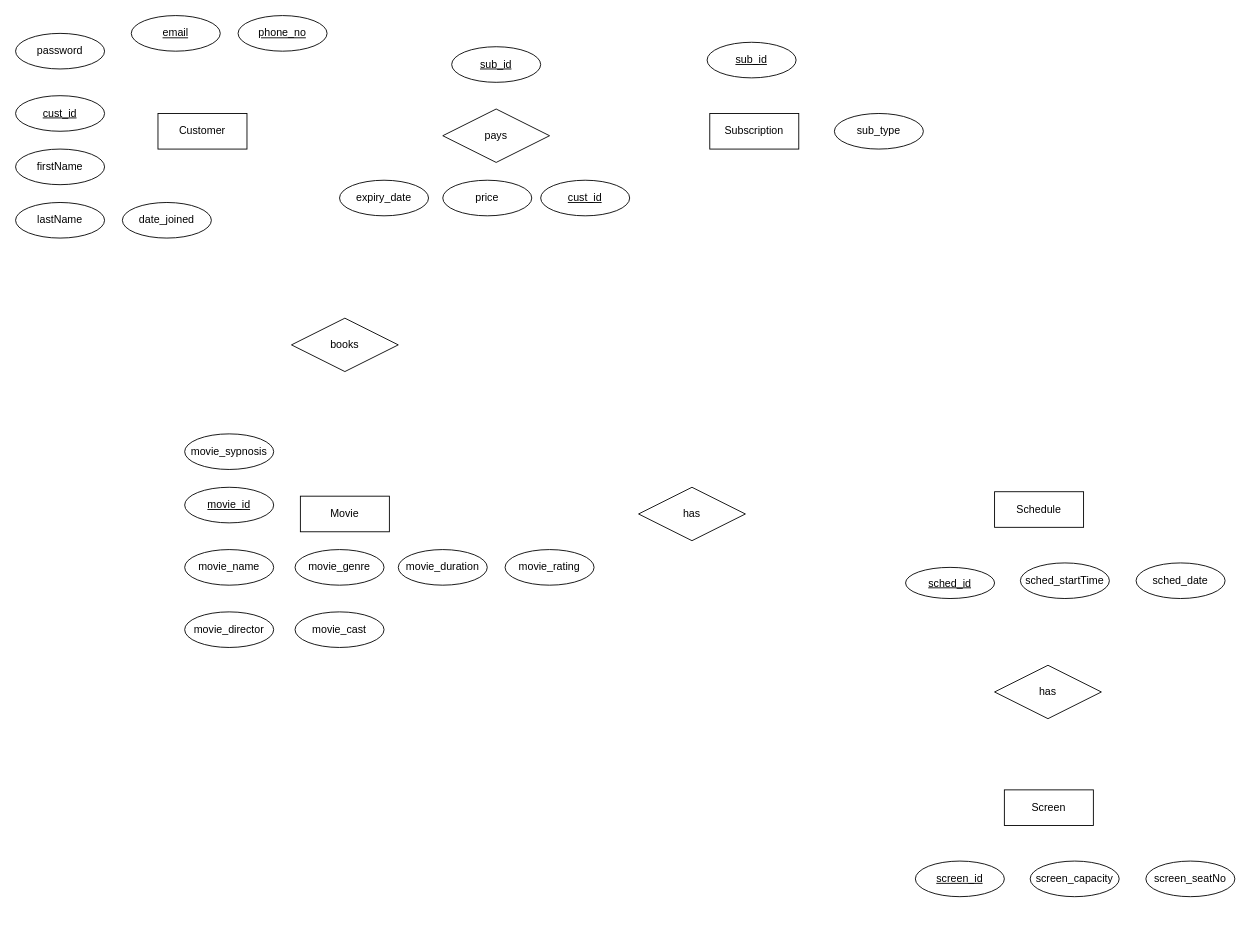
Above: cinema.drawio in izenreal/Movie-Equipment-Rental-System (draw.io), before the change. Source tidied: cells renumbered, new cells numbered last; positions are measured from the earlier drawing's top-left corner, leaving out a move shared by most shapes. Both pictures are drawn from the tidied source at 89%, with x=0, y=0 at pixel (15, 15).
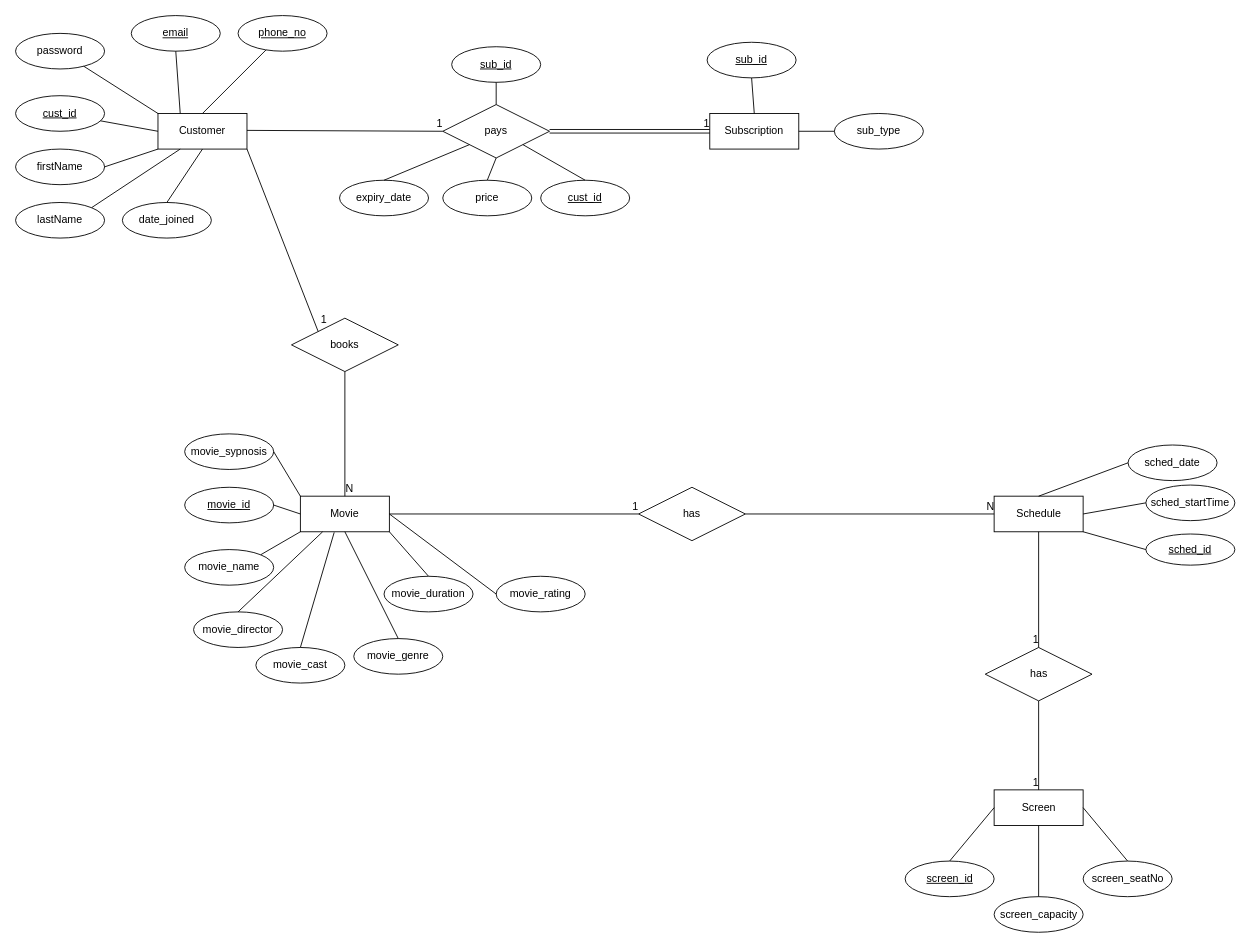
The same page after the edit.

Unchanged cells that the change refers to:
```xml
<mxCell id="2" value="Customer" style="whiteSpace=wrap;html=1;align=center;" parent="1" vertex="1">
  <mxGeometry x="160" y="110" width="100" height="40" as="geometry" />
</mxCell>
<mxCell id="3" value="firstName" style="ellipse;whiteSpace=wrap;html=1;align=center;" parent="1" vertex="1">
  <mxGeometry y="150" width="100" height="40" as="geometry" />
</mxCell>
<mxCell id="4" value="lastName" style="ellipse;whiteSpace=wrap;html=1;align=center;" parent="1" vertex="1">
  <mxGeometry y="210" width="100" height="40" as="geometry" />
</mxCell>
<mxCell id="5" value="cust_id" style="ellipse;whiteSpace=wrap;html=1;align=center;fontStyle=4;" parent="1" vertex="1">
  <mxGeometry y="90" width="100" height="40" as="geometry" />
</mxCell>
<mxCell id="6" value="email" style="ellipse;whiteSpace=wrap;html=1;align=center;fontStyle=4;" parent="1" vertex="1">
  <mxGeometry x="130" width="100" height="40" as="geometry" />
</mxCell>
<mxCell id="7" value="password" style="ellipse;whiteSpace=wrap;html=1;align=center;" parent="1" vertex="1">
  <mxGeometry y="20" width="100" height="40" as="geometry" />
</mxCell>
<mxCell id="8" value="phone_no" style="ellipse;whiteSpace=wrap;html=1;align=center;fontStyle=4;" parent="1" vertex="1">
  <mxGeometry x="250" width="100" height="40" as="geometry" />
</mxCell>
<mxCell id="10" value="cust_id" style="ellipse;whiteSpace=wrap;html=1;align=center;fontStyle=4;" parent="1" vertex="1">
  <mxGeometry x="590" y="185" width="100" height="40" as="geometry" />
</mxCell>
<mxCell id="11" value="price" style="ellipse;whiteSpace=wrap;html=1;align=center;" parent="1" vertex="1">
  <mxGeometry x="480" y="185" width="100" height="40" as="geometry" />
</mxCell>
<mxCell id="12" value="sub_id" style="ellipse;whiteSpace=wrap;html=1;align=center;fontStyle=4;" parent="1" vertex="1">
  <mxGeometry x="490" y="35" width="100" height="40" as="geometry" />
</mxCell>
<mxCell id="13" value="Subscription" style="whiteSpace=wrap;html=1;align=center;" parent="1" vertex="1">
  <mxGeometry x="780" y="110" width="100" height="40" as="geometry" />
</mxCell>
<mxCell id="14" value="date_joined" style="ellipse;whiteSpace=wrap;html=1;align=center;" parent="1" vertex="1">
  <mxGeometry x="120" y="210" width="100" height="40" as="geometry" />
</mxCell>
<mxCell id="15" value="sub_id" style="ellipse;whiteSpace=wrap;html=1;align=center;fontStyle=4;" parent="1" vertex="1">
  <mxGeometry x="777" y="30" width="100" height="40" as="geometry" />
</mxCell>
<mxCell id="16" value="sub_type" style="ellipse;whiteSpace=wrap;html=1;align=center;" parent="1" vertex="1">
  <mxGeometry x="920" y="110" width="100" height="40" as="geometry" />
</mxCell>
<mxCell id="17" value="expiry_date" style="ellipse;whiteSpace=wrap;html=1;align=center;" parent="1" vertex="1">
  <mxGeometry x="364" y="185" width="100" height="40" as="geometry" />
</mxCell>
<mxCell id="18" value="books" style="shape=rhombus;perimeter=rhombusPerimeter;whiteSpace=wrap;html=1;align=center;" parent="1" vertex="1">
  <mxGeometry x="310" y="340" width="120" height="60" as="geometry" />
</mxCell>
<mxCell id="19" value="Movie" style="whiteSpace=wrap;html=1;align=center;" parent="1" vertex="1">
  <mxGeometry x="320" y="540" width="100" height="40" as="geometry" />
</mxCell>
<mxCell id="20" value="has" style="shape=rhombus;perimeter=rhombusPerimeter;whiteSpace=wrap;html=1;align=center;" parent="1" vertex="1">
  <mxGeometry x="700" y="530" width="120" height="60" as="geometry" />
</mxCell>
<mxCell id="21" value="movie_id" style="ellipse;whiteSpace=wrap;html=1;align=center;fontStyle=4;" parent="1" vertex="1">
  <mxGeometry x="190" y="530" width="100" height="40" as="geometry" />
</mxCell>
<mxCell id="22" value="movie_name" style="ellipse;whiteSpace=wrap;html=1;align=center;" parent="1" vertex="1">
  <mxGeometry x="190" y="600" width="100" height="40" as="geometry" />
</mxCell>
<mxCell id="24" value="movie_sypnosis" style="ellipse;whiteSpace=wrap;html=1;align=center;" parent="1" vertex="1">
  <mxGeometry x="190" y="470" width="100" height="40" as="geometry" />
</mxCell>
```

Change to the diagram source:
```diff
@@
     <mxCell id="9" value="pays" style="shape=rhombus;perimeter=rhombusPerimeter;whiteSpace=wrap;html=1;align=center;" parent="1" vertex="1">
-      <mxGeometry x="480" y="105" width="120" height="60" as="geometry" />
+      <mxGeometry x="480" y="100" width="120" height="60" as="geometry" />
     </mxCell>
@@
     <mxCell id="23" value="movie_genre" style="ellipse;whiteSpace=wrap;html=1;align=center;" parent="1" vertex="1">
-      <mxGeometry x="314" y="600" width="100" height="40" as="geometry" />
+      <mxGeometry x="380" y="700" width="100" height="40" as="geometry" />
     </mxCell>
@@
     <mxCell id="25" value="movie_duration" style="ellipse;whiteSpace=wrap;html=1;align=center;" parent="1" vertex="1">
-      <mxGeometry x="430" y="600" width="100" height="40" as="geometry" />
+      <mxGeometry x="414" y="630" width="100" height="40" as="geometry" />
     </mxCell>
     <mxCell id="26" value="movie_rating" style="ellipse;whiteSpace=wrap;html=1;align=center;" parent="1" vertex="1">
-      <mxGeometry x="550" y="600" width="100" height="40" as="geometry" />
+      <mxGeometry x="540" y="630" width="100" height="40" as="geometry" />
     </mxCell>
     <mxCell id="27" value="Screen" style="whiteSpace=wrap;html=1;align=center;" parent="1" vertex="1">
-      <mxGeometry x="1111" y="870" width="100" height="40" as="geometry" />
+      <mxGeometry x="1099.5" y="870" width="100" height="40" as="geometry" />
     </mxCell>
     <mxCell id="28" value="screen_id" style="ellipse;whiteSpace=wrap;html=1;align=center;fontStyle=4;" parent="1" vertex="1">
-      <mxGeometry x="1011" y="950" width="100" height="40" as="geometry" />
+      <mxGeometry x="999.5" y="950" width="100" height="40" as="geometry" />
     </mxCell>
     <mxCell id="29" value="screen_capacity" style="ellipse;whiteSpace=wrap;html=1;align=center;" parent="1" vertex="1">
-      <mxGeometry x="1140" y="950" width="100" height="40" as="geometry" />
+      <mxGeometry x="1099.5" y="990" width="100" height="40" as="geometry" />
     </mxCell>
     <mxCell id="30" value="screen_seatNo" style="ellipse;whiteSpace=wrap;html=1;align=center;" parent="1" vertex="1">
-      <mxGeometry x="1270" y="950" width="100" height="40" as="geometry" />
+      <mxGeometry x="1199.5" y="950" width="100" height="40" as="geometry" />
     </mxCell>
     <mxCell id="31" value="movie_director" style="ellipse;whiteSpace=wrap;html=1;align=center;" parent="1" vertex="1">
-      <mxGeometry x="190" y="670" width="100" height="40" as="geometry" />
+      <mxGeometry x="200" y="670" width="100" height="40" as="geometry" />
     </mxCell>
     <mxCell id="32" value="movie_cast" style="ellipse;whiteSpace=wrap;html=1;align=center;" parent="1" vertex="1">
-      <mxGeometry x="314" y="670" width="100" height="40" as="geometry" />
+      <mxGeometry x="270" y="710" width="100" height="40" as="geometry" />
     </mxCell>
     <mxCell id="33" value="Schedule" style="whiteSpace=wrap;html=1;align=center;" parent="1" vertex="1">
-      <mxGeometry x="1100" y="535" width="100" height="40" as="geometry" />
+      <mxGeometry x="1099.5" y="540" width="100" height="40" as="geometry" />
     </mxCell>
     <mxCell id="34" value="sched_id" style="ellipse;whiteSpace=wrap;html=1;align=center;fontStyle=4;" parent="1" vertex="1">
-      <mxGeometry x="1000" y="620" width="100" height="35" as="geometry" />
+      <mxGeometry x="1270" y="582.5" width="100" height="35" as="geometry" />
     </mxCell>
     <mxCell id="35" value="sched_startTime" style="ellipse;whiteSpace=wrap;html=1;align=center;" parent="1" vertex="1">
-      <mxGeometry x="1129" y="615" width="100" height="40" as="geometry" />
+      <mxGeometry x="1270" y="527.5" width="100" height="40" as="geometry" />
     </mxCell>
     <mxCell id="36" value="sched_date" style="ellipse;whiteSpace=wrap;html=1;align=center;" parent="1" vertex="1">
-      <mxGeometry x="1259" y="615" width="100" height="40" as="geometry" />
+      <mxGeometry x="1250" y="482.5" width="100" height="40" as="geometry" />
     </mxCell>
     <mxCell id="37" value="has" style="shape=rhombus;perimeter=rhombusPerimeter;whiteSpace=wrap;html=1;align=center;" parent="1" vertex="1">
-      <mxGeometry x="1100" y="730" width="120" height="60" as="geometry" />
+      <mxGeometry x="1089.5" y="710" width="120" height="60" as="geometry" />
     </mxCell>
+    <mxCell id="38" style="endArrow=none;html=1;rounded=0;exitX=0.5;exitY=0;exitDx=0;exitDy=0;entryX=0.5;entryY=1;entryDx=0;entryDy=0;" parent="1" edge="1" source="14" target="2">
+      <mxGeometry relative="1" as="geometry" />
+    </mxCell>
+    <mxCell id="39" style="endArrow=none;html=1;rounded=0;exitX=1;exitY=0;exitDx=0;exitDy=0;entryX=0.25;entryY=1;entryDx=0;entryDy=0;" parent="1" edge="1" source="4" target="2">
+      <mxGeometry relative="1" as="geometry" />
+    </mxCell>
+    <mxCell id="40" style="endArrow=none;html=1;rounded=0;exitX=1;exitY=0.5;exitDx=0;exitDy=0;entryX=0;entryY=1;entryDx=0;entryDy=0;" parent="1" edge="1" source="3" target="2">
+      <mxGeometry relative="1" as="geometry" />
+    </mxCell>
+    <mxCell id="41" style="endArrow=none;html=1;rounded=0;entryX=0;entryY=0.5;entryDx=0;entryDy=0;" parent="1" edge="1" source="5" target="2">
+      <mxGeometry relative="1" as="geometry" />
+    </mxCell>
+    <mxCell id="42" style="endArrow=none;html=1;rounded=0;entryX=0;entryY=0;entryDx=0;entryDy=0;" parent="1" edge="1" source="7" target="2">
+      <mxGeometry relative="1" as="geometry" />
+    </mxCell>
+    <mxCell id="43" style="endArrow=none;html=1;rounded=0;entryX=0.5;entryY=1;entryDx=0;entryDy=0;exitX=0.25;exitY=0;exitDx=0;exitDy=0;" parent="1" edge="1" source="2" target="6">
+      <mxGeometry relative="1" as="geometry" />
+    </mxCell>
+    <mxCell id="44" style="endArrow=none;html=1;rounded=0;exitX=0.5;exitY=0;exitDx=0;exitDy=0;" parent="1" edge="1" source="2" target="8">
+      <mxGeometry relative="1" as="geometry" />
+    </mxCell>
+    <mxCell id="45" style="shape=link;html=1;rounded=0;exitX=1;exitY=0.5;exitDx=0;exitDy=0;entryX=0;entryY=0.5;entryDx=0;entryDy=0;" parent="1" edge="1" source="9" target="13">
+      <mxGeometry relative="1" as="geometry" />
+    </mxCell>
+    <mxCell id="46" value="1" style="html=1;align=right;verticalAlign=bottom;" parent="45" vertex="1">
+      <mxGeometry x="1" relative="1" as="geometry" />
+    </mxCell>
+    <mxCell id="47" style="endArrow=none;html=1;rounded=0;entryX=0;entryY=0.5;entryDx=0;entryDy=0;" parent="1" edge="1" target="9">
+      <mxGeometry relative="1" as="geometry">
+        <mxPoint x="260" y="129" as="sourcePoint" />
+      </mxGeometry>
+    </mxCell>
+    <mxCell id="48" value="1" style="html=1;align=right;verticalAlign=bottom;" parent="47" vertex="1">
+      <mxGeometry x="1" relative="1" as="geometry" />
+    </mxCell>
+    <mxCell id="49" style="endArrow=none;html=1;rounded=0;exitX=0.5;exitY=0;exitDx=0;exitDy=0;entryX=0;entryY=1;entryDx=0;entryDy=0;" parent="1" edge="1" source="17" target="9">
+      <mxGeometry relative="1" as="geometry" />
+    </mxCell>
+    <mxCell id="50" style="endArrow=none;html=1;rounded=0;entryX=0.5;entryY=1;entryDx=0;entryDy=0;exitX=0.5;exitY=0;exitDx=0;exitDy=0;" parent="1" edge="1" source="11" target="9">
+      <mxGeometry relative="1" as="geometry" />
+    </mxCell>
+    <mxCell id="51" style="endArrow=none;html=1;rounded=0;entryX=1;entryY=1;entryDx=0;entryDy=0;exitX=0.5;exitY=0;exitDx=0;exitDy=0;" parent="1" edge="1" source="10" target="9">
+      <mxGeometry relative="1" as="geometry" />
+    </mxCell>
+    <mxCell id="52" style="endArrow=none;html=1;rounded=0;exitX=0.5;exitY=1;exitDx=0;exitDy=0;entryX=0.5;entryY=0;entryDx=0;entryDy=0;" parent="1" edge="1" source="12" target="9">
+      <mxGeometry relative="1" as="geometry" />
+    </mxCell>
+    <mxCell id="53" style="endArrow=none;html=1;rounded=0;exitX=0.5;exitY=1;exitDx=0;exitDy=0;entryX=0.5;entryY=0;entryDx=0;entryDy=0;" parent="1" edge="1" source="15" target="13">
+      <mxGeometry relative="1" as="geometry" />
+    </mxCell>
+    <mxCell id="54" style="endArrow=none;html=1;rounded=0;exitX=0;exitY=0.5;exitDx=0;exitDy=0;entryX=1;entryY=0.5;entryDx=0;entryDy=0;" parent="1" edge="1" source="16" target="13">
+      <mxGeometry relative="1" as="geometry" />
+    </mxCell>
+    <mxCell id="55" style="endArrow=none;html=1;rounded=0;exitX=1;exitY=1;exitDx=0;exitDy=0;entryX=0;entryY=0;entryDx=0;entryDy=0;" parent="1" edge="1" source="2" target="18">
+      <mxGeometry relative="1" as="geometry" />
+    </mxCell>
+    <mxCell id="56" value="1" style="html=1;align=right;verticalAlign=bottom;" parent="55" vertex="1">
+      <mxGeometry x="1" relative="1" as="geometry">
+        <mxPoint x="10" y="-5" as="offset" />
+      </mxGeometry>
+    </mxCell>
+    <mxCell id="57" style="endArrow=none;html=1;rounded=0;exitX=0.5;exitY=1;exitDx=0;exitDy=0;entryX=0.5;entryY=0;entryDx=0;entryDy=0;" parent="1" edge="1" source="18" target="19">
+      <mxGeometry relative="1" as="geometry" />
+    </mxCell>
+    <mxCell id="58" value="N" style="html=1;align=right;verticalAlign=bottom;" parent="57" vertex="1">
+      <mxGeometry x="1" relative="1" as="geometry">
+        <mxPoint x="10" as="offset" />
+      </mxGeometry>
+    </mxCell>
+    <mxCell id="59" style="endArrow=none;html=1;rounded=0;exitX=1;exitY=0.5;exitDx=0;exitDy=0;entryX=0;entryY=0;entryDx=0;entryDy=0;" parent="1" edge="1" source="24" target="19">
+      <mxGeometry relative="1" as="geometry" />
+    </mxCell>
+    <mxCell id="60" style="endArrow=none;html=1;rounded=0;exitX=1;exitY=0.5;exitDx=0;exitDy=0;entryX=0;entryY=0.5;entryDx=0;entryDy=0;" parent="1" edge="1" source="21" target="19">
+      <mxGeometry relative="1" as="geometry" />
+    </mxCell>
+    <mxCell id="61" style="endArrow=none;html=1;rounded=0;exitX=1;exitY=0;exitDx=0;exitDy=0;entryX=0;entryY=1;entryDx=0;entryDy=0;" parent="1" edge="1" source="22" target="19">
+      <mxGeometry relative="1" as="geometry" />
+    </mxCell>
+    <mxCell id="62" style="endArrow=none;html=1;rounded=0;exitX=0.5;exitY=0;exitDx=0;exitDy=0;entryX=0.5;entryY=1;entryDx=0;entryDy=0;" parent="1" edge="1" source="23" target="19">
+      <mxGeometry relative="1" as="geometry" />
+    </mxCell>
+    <mxCell id="63" style="endArrow=none;html=1;rounded=0;exitX=0.5;exitY=0;exitDx=0;exitDy=0;entryX=1;entryY=1;entryDx=0;entryDy=0;" parent="1" edge="1" source="25" target="19">
+      <mxGeometry relative="1" as="geometry" />
+    </mxCell>
+    <mxCell id="64" style="endArrow=none;html=1;rounded=0;exitX=1;exitY=0.5;exitDx=0;exitDy=0;entryX=0;entryY=0.5;entryDx=0;entryDy=0;" parent="1" edge="1" source="19" target="26">
+      <mxGeometry relative="1" as="geometry" />
+    </mxCell>
+    <mxCell id="65" style="endArrow=none;html=1;rounded=0;exitX=1;exitY=0.5;exitDx=0;exitDy=0;" parent="1" edge="1" source="19">
+      <mxGeometry relative="1" as="geometry">
+        <mxPoint x="700" y="560" as="targetPoint" />
+      </mxGeometry>
+    </mxCell>
+    <mxCell id="66" value="1" style="html=1;align=right;verticalAlign=bottom;" parent="65" vertex="1">
+      <mxGeometry x="1" relative="1" as="geometry" />
+    </mxCell>
+    <mxCell id="67" style="endArrow=none;html=1;rounded=0;entryX=0;entryY=0.5;entryDx=0;entryDy=0;exitX=1;exitY=0.5;exitDx=0;exitDy=0;" parent="1" edge="1" source="20" target="33">
+      <mxGeometry relative="1" as="geometry" />
+    </mxCell>
+    <mxCell id="68" value="N" style="html=1;align=right;verticalAlign=bottom;" parent="67" vertex="1">
+      <mxGeometry x="1" relative="1" as="geometry" />
+    </mxCell>
+    <mxCell id="69" style="endArrow=none;html=1;rounded=0;entryX=1;entryY=1;entryDx=0;entryDy=0;exitX=0;exitY=0.5;exitDx=0;exitDy=0;" parent="1" edge="1" source="34" target="33">
+      <mxGeometry relative="1" as="geometry" />
+    </mxCell>
+    <mxCell id="70" style="endArrow=none;html=1;rounded=0;entryX=1;entryY=0.5;entryDx=0;entryDy=0;exitX=0;exitY=0.5;exitDx=0;exitDy=0;" parent="1" edge="1" source="35" target="33">
+      <mxGeometry relative="1" as="geometry" />
+    </mxCell>
+    <mxCell id="71" style="endArrow=none;html=1;rounded=0;entryX=0.5;entryY=0;entryDx=0;entryDy=0;exitX=0;exitY=0.5;exitDx=0;exitDy=0;" parent="1" edge="1" source="36" target="33">
+      <mxGeometry relative="1" as="geometry" />
+    </mxCell>
+    <mxCell id="72" style="endArrow=none;html=1;rounded=0;entryX=0;entryY=0.5;entryDx=0;entryDy=0;exitX=0.5;exitY=0;exitDx=0;exitDy=0;" parent="1" edge="1" source="28" target="27">
+      <mxGeometry relative="1" as="geometry" />
+    </mxCell>
+    <mxCell id="73" style="endArrow=none;html=1;rounded=0;entryX=0.5;entryY=1;entryDx=0;entryDy=0;exitX=0.5;exitY=0;exitDx=0;exitDy=0;" parent="1" edge="1" source="29" target="27">
+      <mxGeometry relative="1" as="geometry" />
+    </mxCell>
+    <mxCell id="74" style="endArrow=none;html=1;rounded=0;exitX=1;exitY=0.5;exitDx=0;exitDy=0;entryX=0.5;entryY=0;entryDx=0;entryDy=0;" parent="1" edge="1" source="27" target="30">
+      <mxGeometry relative="1" as="geometry" />
+    </mxCell>
+    <mxCell id="75" style="endArrow=none;html=1;rounded=0;entryX=0.25;entryY=1;entryDx=0;entryDy=0;exitX=0.5;exitY=0;exitDx=0;exitDy=0;" parent="1" edge="1" source="31" target="19">
+      <mxGeometry relative="1" as="geometry" />
+    </mxCell>
+    <mxCell id="76" style="endArrow=none;html=1;rounded=0;exitX=0.38;exitY=1.017;exitDx=0;exitDy=0;exitPerimeter=0;entryX=0.5;entryY=0;entryDx=0;entryDy=0;" parent="1" edge="1" source="19" target="32">
+      <mxGeometry relative="1" as="geometry" />
+    </mxCell>
+    <mxCell id="77" style="endArrow=none;html=1;rounded=0;exitX=0.5;exitY=1;exitDx=0;exitDy=0;entryX=0.5;entryY=0;entryDx=0;entryDy=0;" parent="1" edge="1" source="33" target="37">
+      <mxGeometry relative="1" as="geometry" />
+    </mxCell>
+    <mxCell id="78" value="1" style="html=1;align=right;verticalAlign=bottom;" parent="77" vertex="1">
+      <mxGeometry x="1" relative="1" as="geometry" />
+    </mxCell>
+    <mxCell id="79" style="endArrow=none;html=1;rounded=0;exitX=0.5;exitY=1;exitDx=0;exitDy=0;entryX=0.5;entryY=0;entryDx=0;entryDy=0;" parent="1" edge="1" source="37" target="27">
+      <mxGeometry relative="1" as="geometry" />
+    </mxCell>
+    <mxCell id="80" value="1" style="html=1;align=right;verticalAlign=bottom;" parent="79" vertex="1">
+      <mxGeometry x="1" relative="1" as="geometry" />
+    </mxCell>
```
